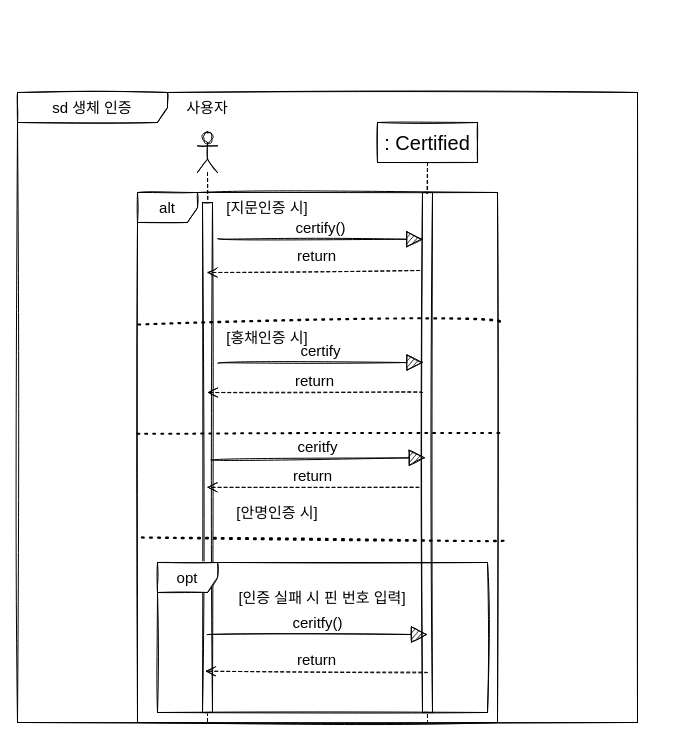
The draw.io diagram Untitled Diagram.drawio in 2017038104dhwodn/mpointer, before the edit. Source tidied: cells renumbered, new cells numbered last; positions are measured from the earlier drawing's top-left corner, leaving out a move shared by most shapes. Both pictures are drawn from the tidied source at 100%, with x=0, y=0 at pixel (17, 92).
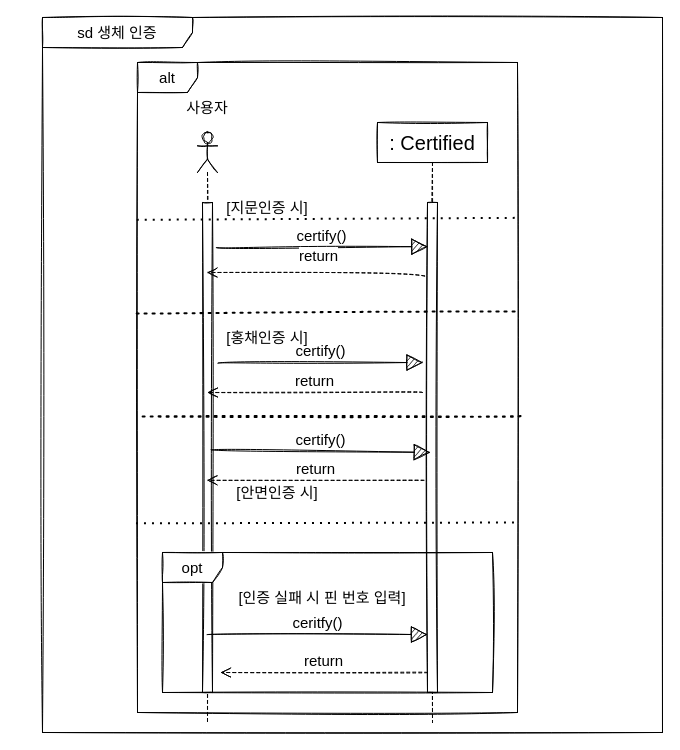
After the change.

Unchanged cells that the change refers to:
```xml
<mxCell id="2" style="shape=umlLifeline;participant=umlActor;perimeter=lifelinePerimeter;whiteSpace=wrap;html=1;verticalAlign=top;spacingTop=36;outlineConnect=0;sketch=1;hachureGap=4;fontFamily=Architects Daughter;fontSize=20;" parent="1" vertex="1">
  <mxGeometry x="180" y="40" width="20" height="590" as="geometry" />
</mxCell>
```

Change to the diagram source:
```diff
@@
     <mxCell id="3" style="html=1;points=[];perimeter=orthogonalPerimeter;sketch=1;hachureGap=4;fontFamily=Helvetica;fontSize=20;" parent="2" vertex="1">
-      <mxGeometry x="5" y="70" width="10" height="510" as="geometry" />
+      <mxGeometry x="5" y="70" width="10" height="490" as="geometry" />
     </mxCell>
     <mxCell id="4" value=": Certified" style="shape=umlLifeline;perimeter=lifelinePerimeter;whiteSpace=wrap;html=1;sketch=1;hachureGap=4;fontFamily=Helvetica;fontSize=20;" parent="1" vertex="1">
-      <mxGeometry x="360" y="30" width="100" height="600" as="geometry" />
+      <mxGeometry x="360" y="30" width="110" height="600" as="geometry" />
     </mxCell>
     <mxCell id="5" style="html=1;points=[];perimeter=orthogonalPerimeter;sketch=1;hachureGap=4;fontFamily=Helvetica;fontSize=20;" parent="4" vertex="1">
-      <mxGeometry x="45" y="70" width="10" height="520" as="geometry" />
+      <mxGeometry x="50" y="80" width="10" height="490" as="geometry" />
     </mxCell>
-    <mxCell id="6" value="return" style="html=1;verticalAlign=bottom;endArrow=open;dashed=1;endSize=8;rounded=0;sketch=1;hachureGap=4;fontFamily=Helvetica;fontSize=15;sourcePerimeterSpacing=8;targetPerimeterSpacing=8;curved=1;exitX=-0.04;exitY=0.182;exitDx=0;exitDy=0;exitPerimeter=0;entryX=0.28;entryY=0.919;entryDx=0;entryDy=0;entryPerimeter=0;" parent="4" edge="1" target="3">
+    <mxCell id="6" value="return" style="html=1;verticalAlign=bottom;endArrow=open;dashed=1;endSize=8;rounded=0;sketch=1;hachureGap=4;fontFamily=Helvetica;fontSize=15;sourcePerimeterSpacing=8;targetPerimeterSpacing=8;curved=1;exitX=-0.04;exitY=0.182;exitDx=0;exitDy=0;exitPerimeter=0;" parent="4" edge="1" target="3">
       <mxGeometry relative="1" as="geometry">
         <mxPoint x="50.1" y="550" as="sourcePoint" />
       </mxGeometry>
     </mxCell>
     <mxCell id="7" value="sd 생체 인증" style="shape=umlFrame;whiteSpace=wrap;html=1;sketch=1;hachureGap=4;fontFamily=Helvetica;fontSize=15;width=150;height=30;" parent="1" vertex="1">
-      <mxGeometry width="620" height="630" as="geometry" />
+      <mxGeometry x="25" y="-75" width="620" height="715" as="geometry" />
     </mxCell>
@@
     <mxCell id="9" value="alt" style="shape=umlFrame;whiteSpace=wrap;html=1;sketch=1;hachureGap=4;fontFamily=Helvetica;fontSize=15;" parent="1" vertex="1">
-      <mxGeometry x="120" y="100" width="360" height="530" as="geometry" />
+      <mxGeometry x="120" y="-30" width="380" height="650" as="geometry" />
     </mxCell>
-    <mxCell id="10" value="certify()" style="html=1;verticalAlign=bottom;endArrow=block;rounded=0;sketch=1;hachureGap=4;fontFamily=Helvetica;fontSize=15;startSize=14;endSize=14;sourcePerimeterSpacing=8;targetPerimeterSpacing=8;curved=1;exitX=1.48;exitY=0.071;exitDx=0;exitDy=0;exitPerimeter=0;entryX=0.04;entryY=0.09;entryDx=0;entryDy=0;entryPerimeter=0;" parent="1" edge="1" source="3" target="5">
+    <mxCell id="10" value="certify()" style="html=1;verticalAlign=bottom;endArrow=block;rounded=0;sketch=1;hachureGap=4;fontFamily=Helvetica;fontSize=15;startSize=14;endSize=14;sourcePerimeterSpacing=8;targetPerimeterSpacing=8;curved=1;exitX=1.34;exitY=0.092;exitDx=0;exitDy=0;exitPerimeter=0;entryX=0.04;entryY=0.09;entryDx=0;entryDy=0;entryPerimeter=0;" parent="1" edge="1" source="3" target="5">
       <mxGeometry relative="1" as="geometry" />
     </mxCell>
@@
-    <mxCell id="12" value="ceritfy" style="html=1;verticalAlign=bottom;endArrow=block;rounded=0;sketch=1;hachureGap=4;fontFamily=Helvetica;fontSize=15;startSize=14;endSize=14;sourcePerimeterSpacing=8;targetPerimeterSpacing=8;curved=1;entryX=0.28;entryY=0.51;entryDx=0;entryDy=0;entryPerimeter=0;exitX=0.84;exitY=0.505;exitDx=0;exitDy=0;exitPerimeter=0;" parent="1" edge="1" source="3" target="5">
+    <mxCell id="12" value="certify()" style="html=1;verticalAlign=bottom;endArrow=block;rounded=0;sketch=1;hachureGap=4;fontFamily=Helvetica;fontSize=15;startSize=14;endSize=14;sourcePerimeterSpacing=8;targetPerimeterSpacing=8;curved=1;entryX=0.28;entryY=0.51;entryDx=0;entryDy=0;entryPerimeter=0;exitX=0.84;exitY=0.505;exitDx=0;exitDy=0;exitPerimeter=0;" parent="1" edge="1" source="3" target="5">
       <mxGeometry relative="1" as="geometry" />
     </mxCell>
-    <mxCell id="13" value="certify" style="html=1;verticalAlign=bottom;endArrow=block;rounded=0;sketch=1;hachureGap=4;fontFamily=Helvetica;fontSize=15;startSize=14;endSize=14;sourcePerimeterSpacing=8;targetPerimeterSpacing=8;curved=1;exitX=1.48;exitY=0.071;exitDx=0;exitDy=0;exitPerimeter=0;entryX=0.04;entryY=0.09;entryDx=0;entryDy=0;entryPerimeter=0;" parent="1" edge="1">
+    <mxCell id="13" value="certify()" style="html=1;verticalAlign=bottom;endArrow=block;rounded=0;sketch=1;hachureGap=4;fontFamily=Helvetica;fontSize=15;startSize=14;endSize=14;sourcePerimeterSpacing=8;targetPerimeterSpacing=8;curved=1;exitX=1.48;exitY=0.071;exitDx=0;exitDy=0;exitPerimeter=0;entryX=0.04;entryY=0.09;entryDx=0;entryDy=0;entryPerimeter=0;" parent="1" edge="1">
       <mxGeometry relative="1" as="geometry">
         <mxPoint x="200" y="270.5" as="sourcePoint" />
         <mxPoint x="405.6" y="270" as="targetPoint" />
       </mxGeometry>
     </mxCell>
@@
-    <mxCell id="17" value="opt" style="shape=umlFrame;whiteSpace=wrap;html=1;sketch=1;hachureGap=4;fontFamily=Helvetica;fontSize=15;" parent="1" vertex="1">
-      <mxGeometry x="140" y="470" width="330" height="150" as="geometry" />
-    </mxCell>
-    <mxCell id="18" style="endArrow=none;dashed=1;html=1;dashPattern=1 3;strokeWidth=2;rounded=0;sketch=1;hachureGap=4;fontFamily=Helvetica;fontSize=15;startSize=14;endSize=14;sourcePerimeterSpacing=8;targetPerimeterSpacing=8;curved=1;exitX=0.002;exitY=0.249;exitDx=0;exitDy=0;exitPerimeter=0;entryX=1.006;entryY=0.246;entryDx=0;entryDy=0;entryPerimeter=0;" parent="1" edge="1" source="9" target="9">
-      <mxGeometry relative="1" as="geometry">
-        <Array as="points">
-          <mxPoint x="500" y="220" />
-        </Array>
-      </mxGeometry>
-    </mxCell>
-    <mxCell id="19" style="endArrow=none;dashed=1;html=1;dashPattern=1 3;strokeWidth=2;rounded=0;sketch=1;hachureGap=4;fontFamily=Helvetica;fontSize=15;startSize=14;endSize=14;sourcePerimeterSpacing=8;targetPerimeterSpacing=8;curved=1;exitX=0;exitY=0.455;exitDx=0;exitDy=0;exitPerimeter=0;entryX=1.016;entryY=0.454;entryDx=0;entryDy=0;entryPerimeter=0;" parent="1" edge="1" source="9" target="9">
+    <mxCell id="19" style="endArrow=none;dashed=1;html=1;dashPattern=1 3;strokeWidth=2;rounded=0;sketch=1;hachureGap=4;fontFamily=Helvetica;fontSize=15;startSize=14;endSize=14;sourcePerimeterSpacing=8;targetPerimeterSpacing=8;curved=1;exitX=-0.002;exitY=0.386;exitDx=0;exitDy=0;exitPerimeter=0;entryX=1.004;entryY=0.383;entryDx=0;entryDy=0;entryPerimeter=0;" parent="1" edge="1" source="9" target="9">
       <mxGeometry relative="1" as="geometry" />
     </mxCell>
-    <mxCell id="20" style="endArrow=none;dashed=1;html=1;dashPattern=1 3;strokeWidth=2;rounded=0;sketch=1;hachureGap=4;fontFamily=Helvetica;fontSize=15;startSize=14;endSize=14;sourcePerimeterSpacing=8;targetPerimeterSpacing=8;curved=1;exitX=1.017;exitY=0.657;exitDx=0;exitDy=0;exitPerimeter=0;entryX=-0.002;entryY=0.651;entryDx=0;entryDy=0;entryPerimeter=0;" parent="1" edge="1" source="9" target="9">
-      <mxGeometry relative="1" as="geometry" />
+    <mxCell id="20" style="endArrow=none;dashed=1;html=1;dashPattern=1 3;strokeWidth=2;rounded=0;sketch=1;hachureGap=4;fontFamily=Helvetica;fontSize=15;startSize=14;endSize=14;sourcePerimeterSpacing=8;targetPerimeterSpacing=8;curved=1;exitX=1.008;exitY=0.544;exitDx=0;exitDy=0;exitPerimeter=0;" parent="1" edge="1" source="9">
+      <mxGeometry relative="1" as="geometry">
+        <mxPoint x="120" y="324" as="targetPoint" />
+      </mxGeometry>
     </mxCell>
@@
-    <mxCell id="24" value="[안명인증 시]" style="text;html=1;strokeColor=none;fillColor=none;align=center;verticalAlign=middle;whiteSpace=wrap;rounded=0;sketch=1;hachureGap=4;fontFamily=Helvetica;fontSize=15;" parent="1" vertex="1">
-      <mxGeometry x="200" y="410" width="120" height="20" as="geometry" />
+    <mxCell id="24" value="[안면인증 시]" style="text;html=1;strokeColor=none;fillColor=none;align=center;verticalAlign=middle;whiteSpace=wrap;rounded=0;sketch=1;hachureGap=4;fontFamily=Helvetica;fontSize=15;" parent="1" vertex="1">
+      <mxGeometry x="200" y="390" width="120" height="20" as="geometry" />
     </mxCell>
+    <mxCell id="18" style="endArrow=none;dashed=1;html=1;dashPattern=1 3;strokeWidth=2;rounded=0;entryX=1.002;entryY=0.239;entryDx=0;entryDy=0;entryPerimeter=0;exitX=-0.002;exitY=0.242;exitDx=0;exitDy=0;exitPerimeter=0;" parent="1" edge="1" source="9" target="9">
+      <mxGeometry relative="1" as="geometry" />
+    </mxCell>
+    <mxCell id="17" value="opt" style="shape=umlFrame;whiteSpace=wrap;html=1;sketch=1;hachureGap=4;fontFamily=Helvetica;fontSize=15;" parent="1" vertex="1">
+      <mxGeometry x="145" y="460" width="330" height="140" as="geometry" />
+    </mxCell>
+    <mxCell id="25" style="endArrow=none;dashed=1;html=1;dashPattern=1 3;strokeWidth=2;rounded=0;exitX=-0.004;exitY=0.709;exitDx=0;exitDy=0;exitPerimeter=0;" parent="1" edge="1" source="9">
+      <mxGeometry relative="1" as="geometry">
+        <mxPoint x="500" y="430" as="targetPoint" />
+      </mxGeometry>
+    </mxCell>
```
